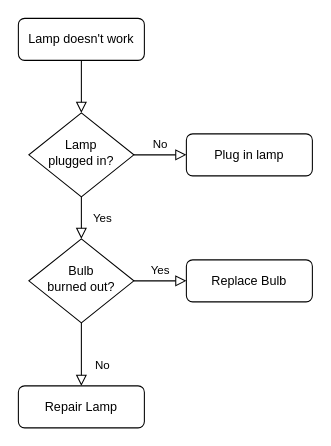
The draw.io diagram tex/sections/intro/fig/drawio/sample.drawio in KUCHITAKE/thesis-template, before the edit. Source tidied: cells renumbered, new cells numbered last; positions are measured from the earlier drawing's top-left corner, leaving out a move shared by most shapes. Both pictures are drawn from the tidied source at 105%, with x=0, y=0 at pixel (18, 18).
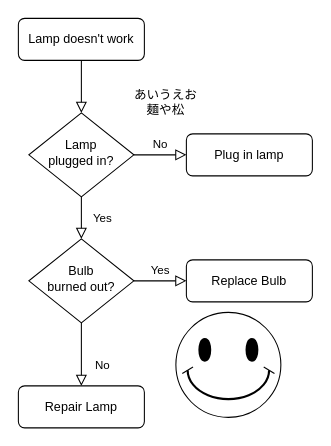
The same page after the edit.

Change to the diagram source:
```diff
@@
 <mxGraphModel>
   <root>
     <mxCell id="0" />
     <mxCell id="1" parent="0" />
     <mxCell id="2" style="rounded=0;html=1;jettySize=auto;fontSize=11;endArrow=block;endFill=0;endSize=8;strokeWidth=1;shadow=0;labelBackgroundColor=none;edgeStyle=orthogonalEdgeStyle;" parent="1" edge="1" source="3" target="6">
       <mxGeometry relative="1" as="geometry" />
     </mxCell>
     <mxCell id="3" value="Lamp doesn't work" style="rounded=1;whiteSpace=wrap;html=1;fontSize=12;glass=0;strokeWidth=1;shadow=0;" parent="1" vertex="1">
       <mxGeometry width="120" height="40" as="geometry" />
     </mxCell>
     <mxCell id="4" value="Yes" style="rounded=0;html=1;jettySize=auto;fontSize=11;endArrow=block;endFill=0;endSize=8;strokeWidth=1;shadow=0;labelBackgroundColor=none;edgeStyle=orthogonalEdgeStyle;" parent="1" edge="1" source="6" target="10">
       <mxGeometry y="20" relative="1" as="geometry" />
     </mxCell>
     <mxCell id="5" value="No" style="edgeStyle=orthogonalEdgeStyle;rounded=0;html=1;jettySize=auto;fontSize=11;endArrow=block;endFill=0;endSize=8;strokeWidth=1;shadow=0;labelBackgroundColor=none;" parent="1" edge="1" source="6" target="7">
       <mxGeometry y="10" relative="1" as="geometry" />
     </mxCell>
     <mxCell id="6" value="Lamp&lt;br&gt;plugged in?" style="rhombus;whiteSpace=wrap;html=1;shadow=0;fontFamily=Helvetica;fontSize=12;align=center;strokeWidth=1;spacing=6;spacingTop=-4;" parent="1" vertex="1">
       <mxGeometry x="10" y="90" width="100" height="80" as="geometry" />
     </mxCell>
     <mxCell id="7" value="Plug in lamp" style="rounded=1;whiteSpace=wrap;html=1;fontSize=12;glass=0;strokeWidth=1;shadow=0;" parent="1" vertex="1">
       <mxGeometry x="160" y="110" width="120" height="40" as="geometry" />
     </mxCell>
     <mxCell id="8" value="No" style="rounded=0;html=1;jettySize=auto;fontSize=11;endArrow=block;endFill=0;endSize=8;strokeWidth=1;shadow=0;labelBackgroundColor=none;edgeStyle=orthogonalEdgeStyle;" parent="1" edge="1" source="10" target="11">
       <mxGeometry x="0.33" y="20" relative="1" as="geometry" />
     </mxCell>
     <mxCell id="9" value="Yes" style="edgeStyle=orthogonalEdgeStyle;rounded=0;html=1;jettySize=auto;fontSize=11;endArrow=block;endFill=0;endSize=8;strokeWidth=1;shadow=0;labelBackgroundColor=none;" parent="1" edge="1" source="10" target="12">
       <mxGeometry y="10" relative="1" as="geometry" />
     </mxCell>
     <mxCell id="10" value="Bulb&lt;br&gt;burned out?" style="rhombus;whiteSpace=wrap;html=1;shadow=0;fontFamily=Helvetica;fontSize=12;align=center;strokeWidth=1;spacing=6;spacingTop=-4;" parent="1" vertex="1">
       <mxGeometry x="10" y="210" width="100" height="80" as="geometry" />
     </mxCell>
     <mxCell id="11" value="Repair Lamp" style="rounded=1;whiteSpace=wrap;html=1;fontSize=12;glass=0;strokeWidth=1;shadow=0;" parent="1" vertex="1">
       <mxGeometry y="350" width="120" height="40" as="geometry" />
     </mxCell>
     <mxCell id="12" value="Replace Bulb" style="rounded=1;whiteSpace=wrap;html=1;fontSize=12;glass=0;strokeWidth=1;shadow=0;" parent="1" vertex="1">
       <mxGeometry x="160" y="230" width="120" height="40" as="geometry" />
     </mxCell>
+    <mxCell id="13" value="あいうえお&lt;br&gt;麺や松" style="text;html=1;align=center;verticalAlign=middle;strokeColor=none;fillColor=none;" parent="1" vertex="1">
+      <mxGeometry x="100" y="60" width="80" height="40" as="geometry" />
+    </mxCell>
+    <mxCell id="14" style="verticalLabelPosition=bottom;verticalAlign=top;html=1;shape=mxgraph.basic.smiley;" parent="1" vertex="1">
+      <mxGeometry x="150" y="280" width="100" height="100" as="geometry" />
+    </mxCell>
   </root>
 </mxGraphModel>
```
